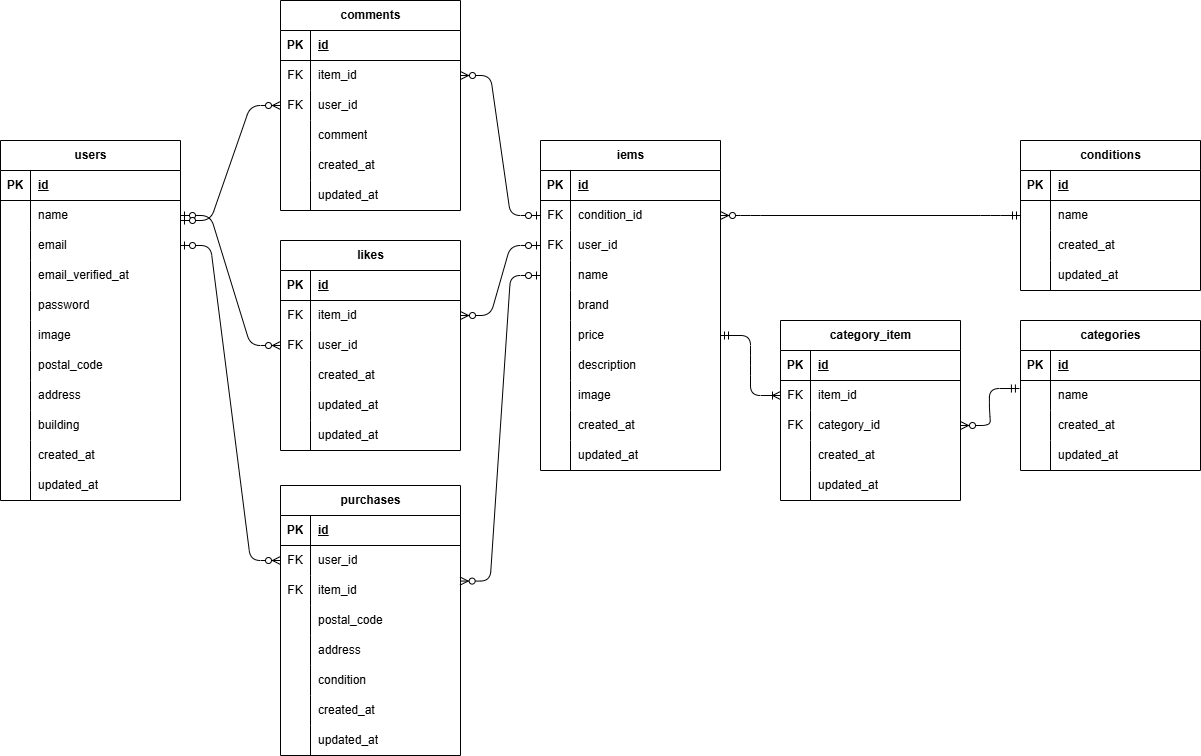
s-kiso/flea-market keeps this draw.io diagram as er.drawio.png. Above is the earlier version. Source tidied: cells renumbered, new cells last; positions are measured from the earlier drawing's top-left corner, leaving out a move shared by most shapes.
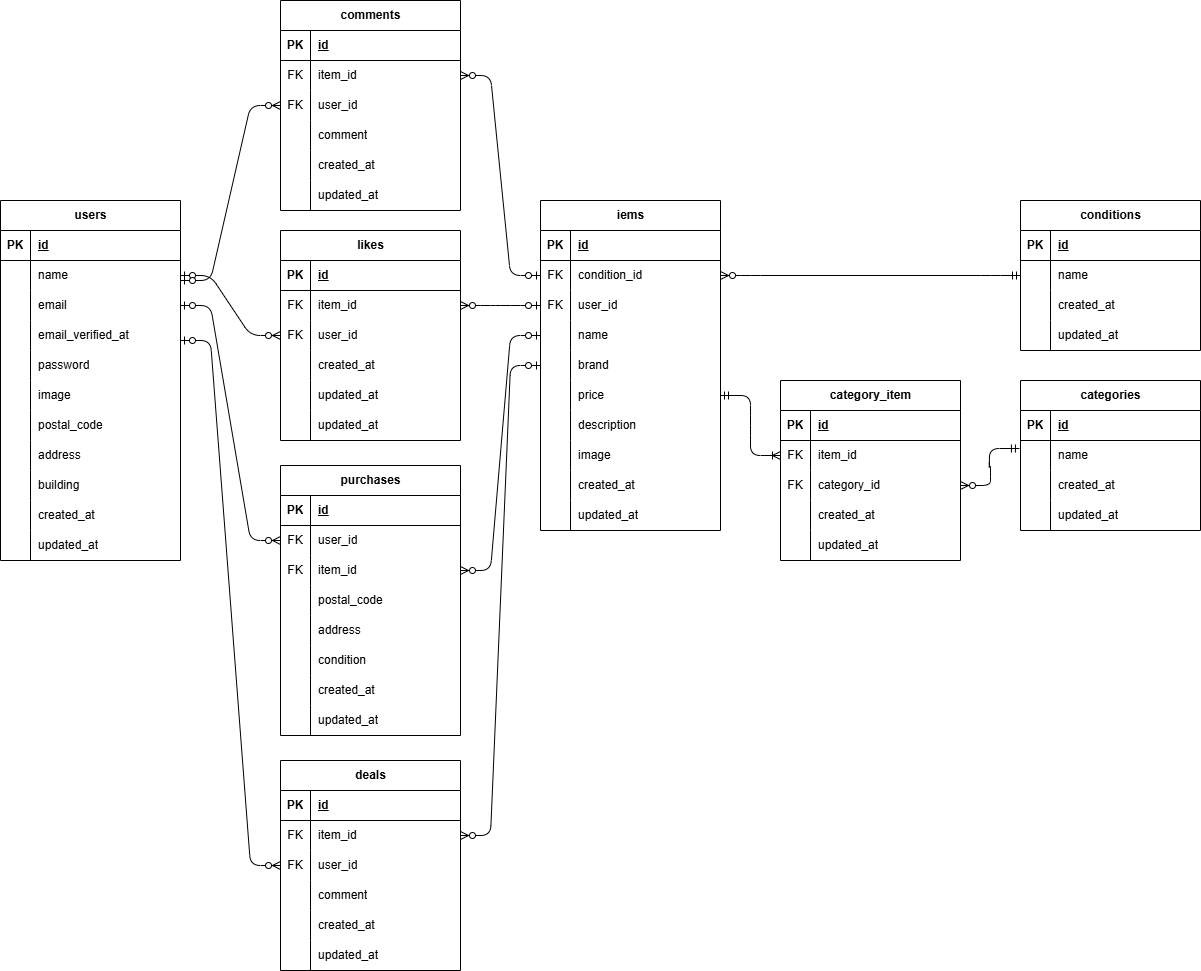
Above is the later version.

Change to the diagram source:
```diff
@@ -324,7 +324,7 @@
       <mxGeometry x="30" width="150" height="30" as="geometry" />
     </mxCell>
     <mxCell id="109" value="likes" style="shape=table;startSize=30;rowLines=0;fontStyle=1;align=center;html=1;" parent="1" vertex="1">
-      <mxGeometry x="280" y="240" width="180" height="210" as="geometry" />
+      <mxGeometry x="280" y="170" width="180" height="210" as="geometry" />
     </mxCell>
     <mxCell id="110" style="shape=tableRow;horizontal=0;startSize=0;swimlaneHead=0;swimlaneBody=0;fillColor=none;top=0;left=0;right=0;bottom=1;" parent="109" vertex="1">
       <mxGeometry y="30" width="180" height="30" as="geometry" />
@@ -381,7 +381,7 @@
       <mxGeometry x="30" width="150" height="30" as="geometry" />
     </mxCell>
     <mxCell id="128" value="comments" style="shape=table;startSize=30;rowLines=0;fontStyle=1;align=center;html=1;" parent="1" vertex="1">
-      <mxGeometry x="280" width="180" height="210" as="geometry" />
+      <mxGeometry x="280" y="-60" width="180" height="210" as="geometry" />
     </mxCell>
     <mxCell id="129" style="shape=tableRow;horizontal=0;startSize=0;swimlaneHead=0;swimlaneBody=0;fillColor=none;top=0;left=0;right=0;bottom=1;" parent="128" vertex="1">
       <mxGeometry y="30" width="180" height="30" as="geometry" />
@@ -438,7 +438,7 @@
       <mxGeometry x="30" width="150" height="30" as="geometry" />
     </mxCell>
     <mxCell id="147" value="purchases" style="shape=table;startSize=30;rowLines=0;fontStyle=1;align=center;html=1;" parent="1" vertex="1">
-      <mxGeometry x="280" y="485" width="180" height="270" as="geometry" />
+      <mxGeometry x="280" y="405" width="180" height="270" as="geometry" />
     </mxCell>
     <mxCell id="148" style="shape=tableRow;horizontal=0;startSize=0;swimlaneHead=0;swimlaneBody=0;fillColor=none;top=0;left=0;right=0;bottom=1;" parent="147" vertex="1">
       <mxGeometry y="30" width="180" height="30" as="geometry" />
@@ -538,8 +538,73 @@
     <mxCell id="179" style="edgeStyle=entityRelationEdgeStyle;fontSize=12;html=1;endArrow=ERzeroToMany;startArrow=ERzeroToOne;exitX=1;exitY=0.5;exitDx=0;exitDy=0;entryX=0;entryY=0.5;entryDx=0;entryDy=0;" parent="1" edge="1" source="82" target="151">
       <mxGeometry relative="1" as="geometry" />
     </mxCell>
-    <mxCell id="180" style="edgeStyle=entityRelationEdgeStyle;fontSize=12;html=1;endArrow=ERzeroToMany;startArrow=ERzeroToOne;exitX=0;exitY=0.5;exitDx=0;exitDy=0;entryX=0.998;entryY=0.186;entryDx=0;entryDy=0;entryPerimeter=0;" parent="1" edge="1" source="12" target="154">
+    <mxCell id="180" style="edgeStyle=entityRelationEdgeStyle;fontSize=12;html=1;endArrow=ERzeroToMany;startArrow=ERzeroToOne;exitX=0;exitY=0.5;exitDx=0;exitDy=0;entryX=1;entryY=0.5;entryDx=0;entryDy=0;" parent="1" edge="1" source="12" target="154">
       <mxGeometry relative="1" as="geometry" />
     </mxCell>
+    <mxCell id="181" value="deals" style="shape=table;startSize=30;rowLines=0;fontStyle=1;align=center;html=1;" parent="1" vertex="1">
+      <mxGeometry x="280" y="700" width="180" height="210" as="geometry" />
+    </mxCell>
+    <mxCell id="182" style="shape=tableRow;horizontal=0;startSize=0;swimlaneHead=0;swimlaneBody=0;fillColor=none;top=0;left=0;right=0;bottom=1;" parent="181" vertex="1">
+      <mxGeometry y="30" width="180" height="30" as="geometry" />
+    </mxCell>
+    <mxCell id="183" value="PK" style="shape=partialRectangle;fillColor=none;top=0;left=0;bottom=0;right=0;fontStyle=1;overflow=hidden;whiteSpace=wrap;html=1;" parent="182" vertex="1">
+      <mxGeometry width="30" height="30" as="geometry" />
+    </mxCell>
+    <mxCell id="184" value="id" style="shape=partialRectangle;fillColor=none;top=0;left=0;bottom=0;right=0;align=left;spacingLeft=6;fontStyle=5;overflow=hidden;whiteSpace=wrap;html=1;" parent="182" vertex="1">
+      <mxGeometry x="30" width="150" height="30" as="geometry" />
+    </mxCell>
+    <mxCell id="185" style="shape=tableRow;horizontal=0;startSize=0;swimlaneHead=0;swimlaneBody=0;fillColor=none;points=[[0,0.5],[1,0.5]];portConstraint=eastwest;top=0;left=0;right=0;bottom=0;" parent="181" vertex="1">
+      <mxGeometry y="60" width="180" height="30" as="geometry" />
+    </mxCell>
+    <mxCell id="186" value="FK" style="shape=partialRectangle;fillColor=none;top=0;left=0;bottom=0;right=0;overflow=hidden;whiteSpace=wrap;html=1;" parent="185" vertex="1">
+      <mxGeometry width="30" height="30" as="geometry" />
+    </mxCell>
+    <mxCell id="187" value="item_id" style="shape=partialRectangle;fillColor=none;top=0;left=0;bottom=0;right=0;align=left;spacingLeft=6;overflow=hidden;whiteSpace=wrap;html=1;" parent="185" vertex="1">
+      <mxGeometry x="30" width="150" height="30" as="geometry" />
+    </mxCell>
+    <mxCell id="188" style="shape=tableRow;horizontal=0;startSize=0;swimlaneHead=0;swimlaneBody=0;fillColor=none;points=[[0,0.5],[1,0.5]];portConstraint=eastwest;top=0;left=0;right=0;bottom=0;" parent="181" vertex="1">
+      <mxGeometry y="90" width="180" height="30" as="geometry" />
+    </mxCell>
+    <mxCell id="189" value="FK" style="shape=partialRectangle;fillColor=none;top=0;left=0;bottom=0;right=0;overflow=hidden;whiteSpace=wrap;html=1;" parent="188" vertex="1">
+      <mxGeometry width="30" height="30" as="geometry" />
+    </mxCell>
+    <mxCell id="190" value="user_id" style="shape=partialRectangle;fillColor=none;top=0;left=0;bottom=0;right=0;align=left;spacingLeft=6;overflow=hidden;whiteSpace=wrap;html=1;" parent="188" vertex="1">
+      <mxGeometry x="30" width="150" height="30" as="geometry" />
+    </mxCell>
+    <mxCell id="191" style="shape=tableRow;horizontal=0;startSize=0;swimlaneHead=0;swimlaneBody=0;fillColor=none;top=0;left=0;right=0;bottom=0;" parent="181" vertex="1">
+      <mxGeometry y="120" width="180" height="30" as="geometry" />
+    </mxCell>
+    <mxCell id="192" style="shape=partialRectangle;fillColor=none;top=0;left=0;bottom=0;right=0;overflow=hidden;whiteSpace=wrap;html=1;" parent="191" vertex="1">
+      <mxGeometry width="30" height="30" as="geometry" />
+    </mxCell>
+    <mxCell id="193" value="comment" style="shape=partialRectangle;fillColor=none;top=0;left=0;bottom=0;right=0;align=left;spacingLeft=6;overflow=hidden;whiteSpace=wrap;html=1;" parent="191" vertex="1">
+      <mxGeometry x="30" width="150" height="30" as="geometry" />
+    </mxCell>
+    <mxCell id="194" style="shape=tableRow;horizontal=0;startSize=0;swimlaneHead=0;swimlaneBody=0;fillColor=none;top=0;left=0;right=0;bottom=0;" parent="181" vertex="1">
+      <mxGeometry y="150" width="180" height="30" as="geometry" />
+    </mxCell>
+    <mxCell id="195" style="shape=partialRectangle;fillColor=none;top=0;left=0;bottom=0;right=0;overflow=hidden;whiteSpace=wrap;html=1;" parent="194" vertex="1">
+      <mxGeometry width="30" height="30" as="geometry" />
+    </mxCell>
+    <mxCell id="196" value="created_at" style="shape=partialRectangle;fillColor=none;top=0;left=0;bottom=0;right=0;align=left;spacingLeft=6;overflow=hidden;whiteSpace=wrap;html=1;" parent="194" vertex="1">
+      <mxGeometry x="30" width="150" height="30" as="geometry" />
+    </mxCell>
+    <mxCell id="197" style="shape=tableRow;horizontal=0;startSize=0;swimlaneHead=0;swimlaneBody=0;fillColor=none;top=0;left=0;right=0;bottom=0;" parent="181" vertex="1">
+      <mxGeometry y="180" width="180" height="30" as="geometry" />
+    </mxCell>
+    <mxCell id="198" style="shape=partialRectangle;fillColor=none;top=0;left=0;bottom=0;right=0;overflow=hidden;whiteSpace=wrap;html=1;" parent="197" vertex="1">
+      <mxGeometry width="30" height="30" as="geometry" />
+    </mxCell>
+    <mxCell id="199" value="updated_at" style="shape=partialRectangle;fillColor=none;top=0;left=0;bottom=0;right=0;align=left;spacingLeft=6;overflow=hidden;whiteSpace=wrap;html=1;" parent="197" vertex="1">
+      <mxGeometry x="30" width="150" height="30" as="geometry" />
+    </mxCell>
+    <mxCell id="200" style="edgeStyle=entityRelationEdgeStyle;fontSize=12;html=1;endArrow=ERzeroToMany;startArrow=ERzeroToOne;exitX=1;exitY=0.5;exitDx=0;exitDy=0;entryX=0;entryY=0.5;entryDx=0;entryDy=0;" parent="1" edge="1" target="188">
+      <mxGeometry relative="1" as="geometry">
+        <mxPoint x="180" y="280" as="sourcePoint" />
+      </mxGeometry>
+    </mxCell>
+    <mxCell id="201" style="edgeStyle=entityRelationEdgeStyle;fontSize=12;html=1;endArrow=ERzeroToMany;startArrow=ERzeroToOne;exitX=0;exitY=0.5;exitDx=0;exitDy=0;entryX=1;entryY=0.5;entryDx=0;entryDy=0;" parent="1" edge="1" source="15" target="185">
+      <mxGeometry relative="1" as="geometry" />
+    </mxCell>
   </root>
 </mxGraphModel>
```
